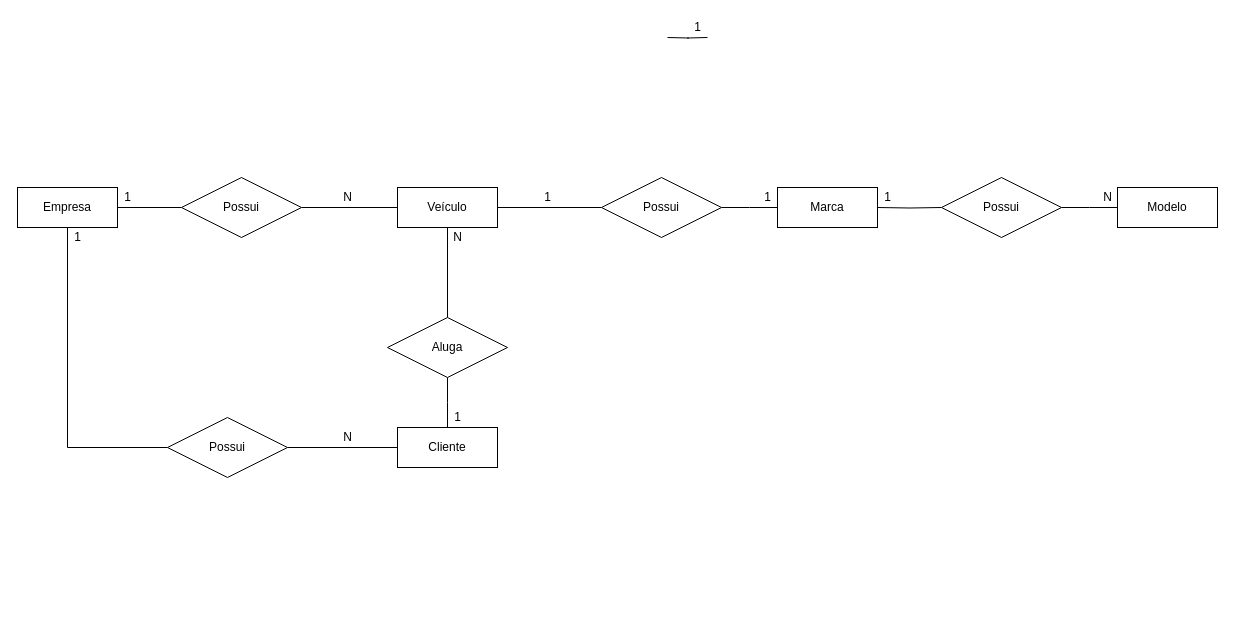
Above: page "CONCEITUAL" (1 of 2) of exercicios/1.2-exercicio-locadora/Exercicio1.2-Locadora.drawio in Anny-Pereira/Banco-de-Dados (draw.io), before the change. Source tidied: cells renumbered, new cells numbered last; positions are measured from the earlier drawing's top-left corner, leaving out a move shared by most shapes. Both pictures are drawn from the tidied source at 100%, with x=0, y=0 at pixel (17, 17).
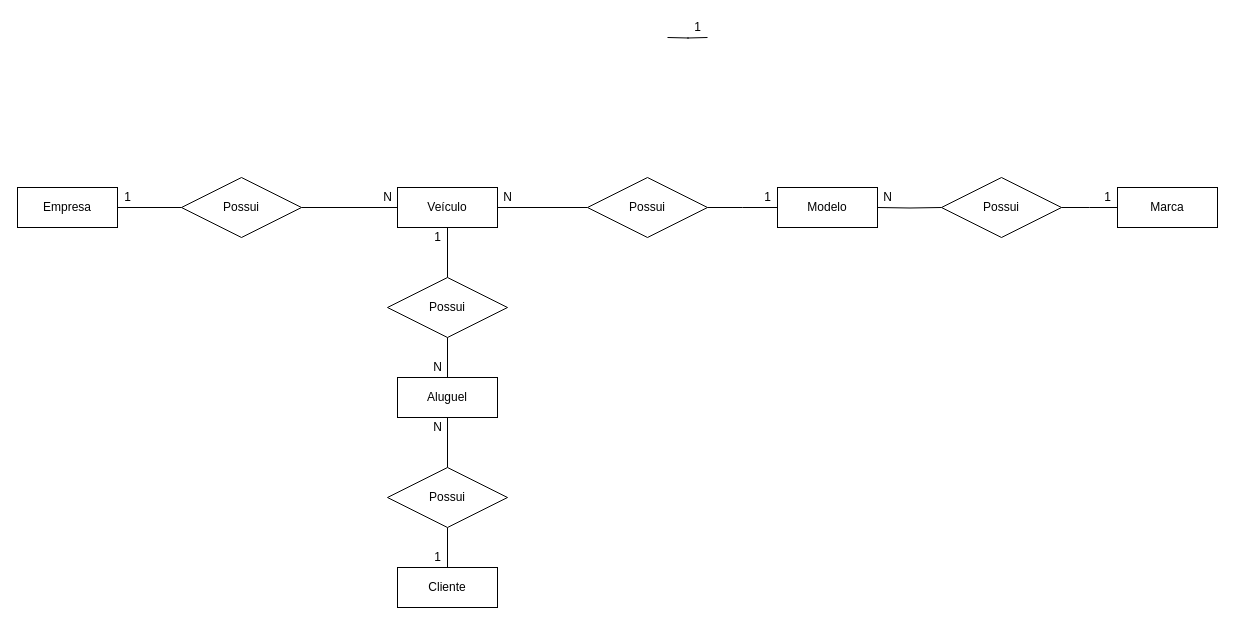
Above is the later version.

The change refers to these unchanged cells:
```xml
<mxCell id="4" value="Empresa" style="whiteSpace=wrap;html=1;align=center;" parent="1" vertex="1">
  <mxGeometry y="170" width="100" height="40" as="geometry" />
</mxCell>
<mxCell id="32" value="Veículo" style="whiteSpace=wrap;html=1;align=center;" parent="1" vertex="1">
  <mxGeometry x="380" y="170" width="100" height="40" as="geometry" />
</mxCell>
```

Diff of the diagram source:
```diff
@@
-    <mxCell id="3" style="edgeStyle=orthogonalEdgeStyle;rounded=0;jettySize=auto;html=1;entryX=0;entryY=0.5;entryDx=0;entryDy=0;endArrow=none;endFill=0;" parent="1" edge="1" source="4" target="10">
-      <mxGeometry relative="1" as="geometry">
-        <Array as="points">
-          <mxPoint x="50" y="430" />
-        </Array>
-      </mxGeometry>
-    </mxCell>
@@
     <mxCell id="8" value="N" style="text;html=1;align=center;verticalAlign=middle;strokeColor=none;" parent="1" vertex="1">
-      <mxGeometry x="320" y="170" width="20" height="20" as="geometry" />
+      <mxGeometry x="360" y="170" width="20" height="20" as="geometry" />
     </mxCell>
-    <mxCell id="9" style="edgeStyle=orthogonalEdgeStyle;rounded=0;jettySize=auto;html=1;endArrow=none;endFill=0;entryX=0;entryY=0.5;entryDx=0;entryDy=0;" parent="1" edge="1" source="10" target="33">
-      <mxGeometry relative="1" as="geometry" />
-    </mxCell>
-    <mxCell id="10" value="Possui" style="shape=rhombus;perimeter=rhombusPerimeter;whiteSpace=wrap;html=1;align=center;" parent="1" vertex="1">
-      <mxGeometry x="150" y="400" width="120" height="60" as="geometry" />
-    </mxCell>
-    <mxCell id="11" value="1" style="text;html=1;align=center;verticalAlign=middle;strokeColor=none;" parent="1" vertex="1">
-      <mxGeometry x="50" y="210" width="20" height="20" as="geometry" />
-    </mxCell>
-    <mxCell id="12" style="edgeStyle=orthogonalEdgeStyle;rounded=0;jettySize=auto;html=1;endArrow=none;endFill=0;entryX=0.5;entryY=1;entryDx=0;entryDy=0;" parent="1" edge="1" source="14" target="32">
-      <mxGeometry relative="1" as="geometry" />
-    </mxCell>
-    <mxCell id="13" style="edgeStyle=orthogonalEdgeStyle;rounded=0;jettySize=auto;html=1;endArrow=none;endFill=0;entryX=0.5;entryY=0;entryDx=0;entryDy=0;" parent="1" edge="1" source="14">
-      <mxGeometry relative="1" as="geometry">
-        <mxPoint x="430" y="410" as="targetPoint" />
-      </mxGeometry>
-    </mxCell>
-    <mxCell id="14" value="Aluga" style="shape=rhombus;perimeter=rhombusPerimeter;whiteSpace=wrap;html=1;align=center;" parent="1" vertex="1">
-      <mxGeometry x="370" y="300" width="120" height="60" as="geometry" />
-    </mxCell>
@@
-    <mxCell id="17" value="N" style="text;html=1;align=center;verticalAlign=middle;strokeColor=none;" parent="1" vertex="1">
-      <mxGeometry x="320" y="410" width="20" height="20" as="geometry" />
-    </mxCell>
-    <mxCell id="18" value="1" style="text;html=1;align=center;verticalAlign=middle;strokeColor=none;" parent="1" vertex="1">
-      <mxGeometry x="430" y="390" width="20" height="20" as="geometry" />
-    </mxCell>
-    <mxCell id="19" value="N" style="text;html=1;align=center;verticalAlign=middle;strokeColor=none;" parent="1" vertex="1">
-      <mxGeometry x="430" y="210" width="20" height="20" as="geometry" />
-    </mxCell>
@@
     <mxCell id="21" value="Possui" style="shape=rhombus;perimeter=rhombusPerimeter;whiteSpace=wrap;html=1;align=center;" parent="1" vertex="1">
-      <mxGeometry x="584" y="160" width="120" height="60" as="geometry" />
+      <mxGeometry x="570" y="160" width="120" height="60" as="geometry" />
     </mxCell>
@@
-    <mxCell id="23" value="Marca" style="whiteSpace=wrap;html=1;align=center;" parent="1" vertex="1">
+    <mxCell id="23" value="Modelo" style="whiteSpace=wrap;html=1;align=center;" parent="1" vertex="1">
       <mxGeometry x="760" y="170" width="100" height="40" as="geometry" />
     </mxCell>
-    <mxCell id="24" value="1" style="text;html=1;align=center;verticalAlign=middle;strokeColor=none;" parent="1" vertex="1">
-      <mxGeometry x="520" y="170" width="20" height="20" as="geometry" />
-    </mxCell>
-    <mxCell id="25" value="1" style="text;html=1;align=center;verticalAlign=middle;strokeColor=none;" parent="1" vertex="1">
-      <mxGeometry x="740" y="170" width="20" height="20" as="geometry" />
-    </mxCell>
@@
-    <mxCell id="29" value="Modelo" style="whiteSpace=wrap;html=1;align=center;" parent="1" vertex="1">
+    <mxCell id="29" value="Marca" style="whiteSpace=wrap;html=1;align=center;" parent="1" vertex="1">
       <mxGeometry x="1100" y="170" width="100" height="40" as="geometry" />
     </mxCell>
-    <mxCell id="30" value="1" style="text;html=1;align=center;verticalAlign=middle;strokeColor=none;" parent="1" vertex="1">
-      <mxGeometry x="860" y="170" width="20" height="20" as="geometry" />
-    </mxCell>
-    <mxCell id="31" value="N" style="text;html=1;align=center;verticalAlign=middle;strokeColor=none;" parent="1" vertex="1">
-      <mxGeometry x="1080" y="170" width="20" height="20" as="geometry" />
-    </mxCell>
@@
+    <mxCell id="34" style="edgeStyle=orthogonalEdgeStyle;rounded=0;jettySize=auto;html=1;endArrow=none;endFill=0;" parent="1" edge="1" source="33" target="43">
+      <mxGeometry relative="1" as="geometry" />
+    </mxCell>
     <mxCell id="33" value="Cliente" style="whiteSpace=wrap;html=1;align=center;" parent="1" vertex="1">
-      <mxGeometry x="380" y="410" width="100" height="40" as="geometry" />
+      <mxGeometry x="380" y="550" width="100" height="40" as="geometry" />
     </mxCell>
+    <mxCell id="35" value="N" style="text;html=1;align=center;verticalAlign=middle;strokeColor=none;" parent="1" vertex="1">
+      <mxGeometry x="480" y="170" width="20" height="20" as="geometry" />
+    </mxCell>
+    <mxCell id="25" value="1" style="text;html=1;align=center;verticalAlign=middle;strokeColor=none;" parent="1" vertex="1">
+      <mxGeometry x="740" y="170" width="20" height="20" as="geometry" />
+    </mxCell>
+    <mxCell id="36" value="N" style="text;html=1;align=center;verticalAlign=middle;strokeColor=none;" parent="1" vertex="1">
+      <mxGeometry x="860" y="170" width="20" height="20" as="geometry" />
+    </mxCell>
+    <mxCell id="37" value="1" style="text;html=1;align=center;verticalAlign=middle;strokeColor=none;" parent="1" vertex="1">
+      <mxGeometry x="1080" y="170" width="20" height="20" as="geometry" />
+    </mxCell>
+    <mxCell id="38" style="edgeStyle=orthogonalEdgeStyle;rounded=0;jettySize=auto;html=1;endArrow=none;endFill=0;" parent="1" edge="1" source="39" target="32">
+      <mxGeometry relative="1" as="geometry" />
+    </mxCell>
+    <mxCell id="39" value="Possui" style="shape=rhombus;perimeter=rhombusPerimeter;whiteSpace=wrap;html=1;align=center;" parent="1" vertex="1">
+      <mxGeometry x="370" y="260" width="120" height="60" as="geometry" />
+    </mxCell>
+    <mxCell id="40" style="edgeStyle=orthogonalEdgeStyle;rounded=0;jettySize=auto;html=1;endArrow=none;endFill=0;" parent="1" edge="1" source="41" target="39">
+      <mxGeometry relative="1" as="geometry" />
+    </mxCell>
+    <mxCell id="41" value="Aluguel" style="whiteSpace=wrap;html=1;align=center;" parent="1" vertex="1">
+      <mxGeometry x="380" y="360" width="100" height="40" as="geometry" />
+    </mxCell>
+    <mxCell id="42" style="edgeStyle=orthogonalEdgeStyle;rounded=0;jettySize=auto;html=1;endArrow=none;endFill=0;" parent="1" edge="1" source="43" target="41">
+      <mxGeometry relative="1" as="geometry" />
+    </mxCell>
+    <mxCell id="43" value="Possui" style="shape=rhombus;perimeter=rhombusPerimeter;whiteSpace=wrap;html=1;align=center;" parent="1" vertex="1">
+      <mxGeometry x="370" y="450" width="120" height="60" as="geometry" />
+    </mxCell>
+    <mxCell id="44" value="1" style="text;html=1;align=center;verticalAlign=middle;strokeColor=none;" parent="1" vertex="1">
+      <mxGeometry x="410" y="210" width="20" height="20" as="geometry" />
+    </mxCell>
+    <mxCell id="45" value="1" style="text;html=1;align=center;verticalAlign=middle;strokeColor=none;" parent="1" vertex="1">
+      <mxGeometry x="410" y="530" width="20" height="20" as="geometry" />
+    </mxCell>
+    <mxCell id="46" value="N" style="text;html=1;align=center;verticalAlign=middle;strokeColor=none;" parent="1" vertex="1">
+      <mxGeometry x="410" y="340" width="20" height="20" as="geometry" />
+    </mxCell>
+    <mxCell id="47" value="N" style="text;html=1;align=center;verticalAlign=middle;strokeColor=none;" parent="1" vertex="1">
+      <mxGeometry x="410" y="400" width="20" height="20" as="geometry" />
+    </mxCell>
```
